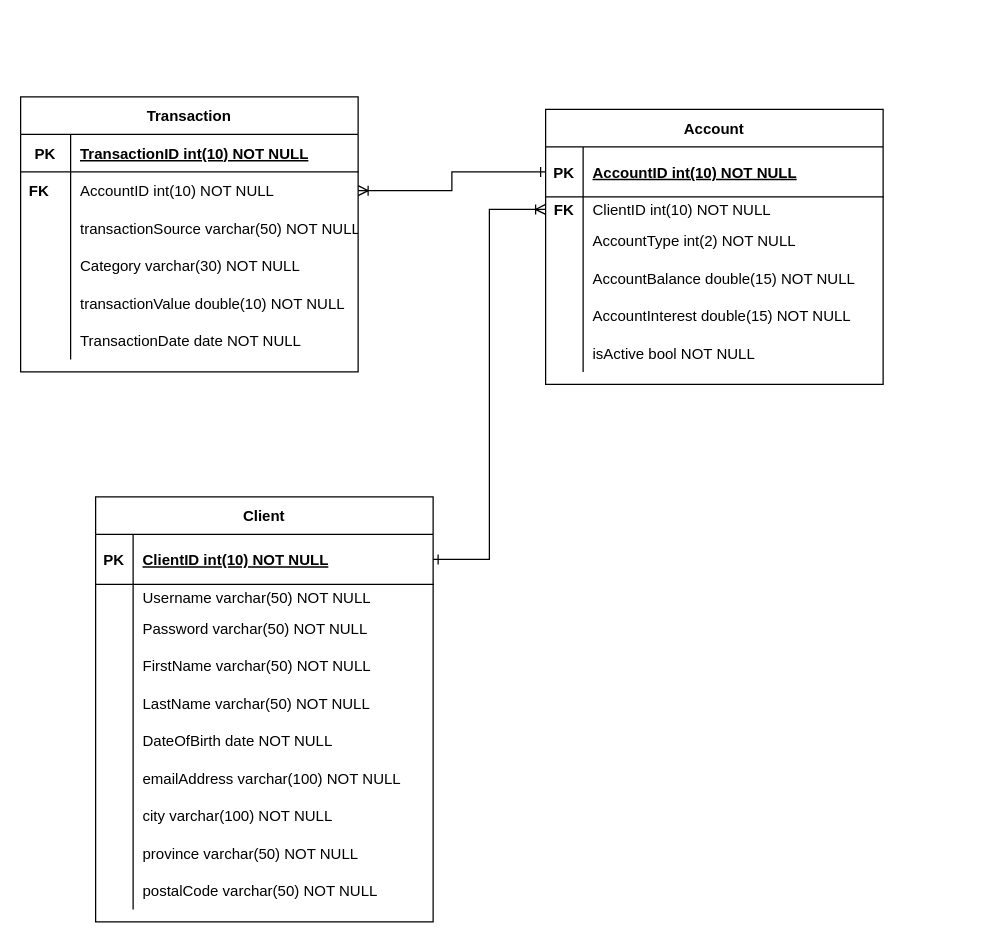
Above: Diagrams/ERD_CapstoneBank.drawio in dmoradiya/Banking-Application-and-Expenses-Tracker-with-React---C-ASP-.NET-MVC (draw.io), before the change. Source tidied: cells renumbered, new cells numbered last; positions are measured from the earlier drawing's top-left corner, leaving out a move shared by most shapes. Both pictures are drawn from the tidied source at 125%, with x=0, y=0 at pixel (20, 96).
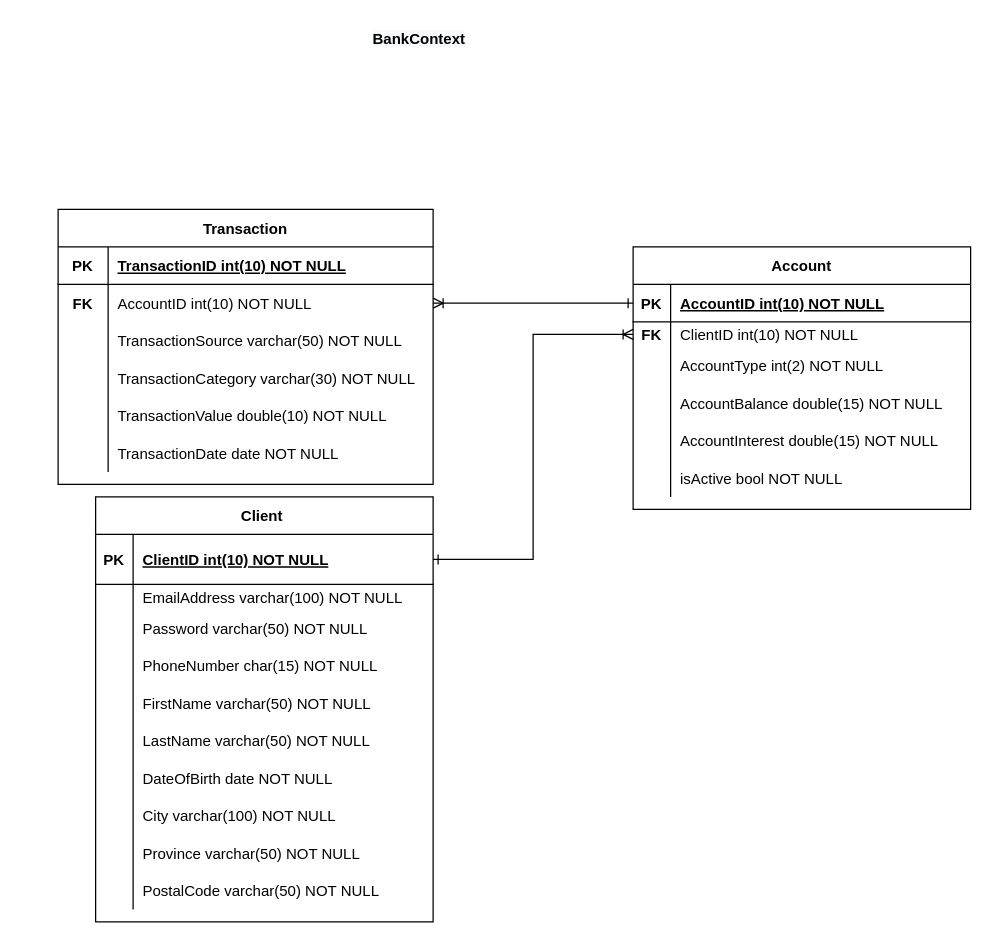
After the change.

Commit message (it also covers changes not shown here):
Updates to Page Flow Diagram and ERD;

The change refers to these unchanged cells:
```xml
<mxCell id="47" style="shape=partialRectangle;fillColor=none;top=0;left=0;right=0;bottom=0;" parent="43" vertex="1">
  <mxGeometry y="70" width="270" height="20" as="geometry" />
</mxCell>
<mxCell id="53" style="shape=partialRectangle;fillColor=none;top=0;left=0;right=0;bottom=0;" parent="43" vertex="1">
  <mxGeometry y="120" width="270" height="30" as="geometry" />
</mxCell>
<mxCell id="56" style="shape=partialRectangle;fillColor=none;top=0;left=0;right=0;bottom=0;" parent="43" vertex="1">
  <mxGeometry y="150" width="270" height="30" as="geometry" />
</mxCell>
<mxCell id="59" style="shape=partialRectangle;fillColor=none;top=0;left=0;right=0;bottom=0;" parent="43" vertex="1">
  <mxGeometry y="180" width="270" height="30" as="geometry" />
</mxCell>
<mxCell id="62" style="shape=partialRectangle;fillColor=none;top=0;left=0;right=0;bottom=0;" parent="43" vertex="1">
  <mxGeometry y="210" width="270" height="30" as="geometry" />
</mxCell>
<mxCell id="65" style="shape=partialRectangle;fillColor=none;top=0;left=0;right=0;bottom=0;" parent="43" vertex="1">
  <mxGeometry y="240" width="270" height="30" as="geometry" />
</mxCell>
<mxCell id="68" style="shape=partialRectangle;fillColor=none;top=0;left=0;right=0;bottom=0;" parent="43" vertex="1">
  <mxGeometry y="270" width="270" height="30" as="geometry" />
</mxCell>
<mxCell id="71" style="shape=partialRectangle;fillColor=none;top=0;left=0;right=0;bottom=0;" parent="43" vertex="1">
  <mxGeometry y="300" width="270" height="30" as="geometry" />
</mxCell>
```

The edit, as a diff of the source:
```diff
@@
     <mxCell id="2" value="Transaction" style="shape=table;startSize=30;childLayout=tableLayout;rowLines=0;fontStyle=1;align=center;" parent="1" vertex="1">
-      <mxGeometry width="270" height="220" as="geometry" />
+      <mxGeometry x="30" y="90" width="300" height="220" as="geometry" />
     </mxCell>
     <mxCell id="3" style="shape=partialRectangle;fillColor=none;top=0;left=0;right=0;bottom=1;" parent="2" vertex="1">
-      <mxGeometry y="30" width="270" height="30" as="geometry" />
+      <mxGeometry y="30" width="300" height="30" as="geometry" />
     </mxCell>
@@
     <mxCell id="5" value="TransactionID int(10) NOT NULL " style="shape=partialRectangle;overflow=hidden;fillColor=none;top=0;left=0;bottom=0;right=0;align=left;spacingLeft=6;fontStyle=5;" parent="3" vertex="1">
-      <mxGeometry x="40" width="230" height="30" as="geometry" />
+      <mxGeometry x="40" width="260" height="30" as="geometry" />
     </mxCell>
     <mxCell id="6" style="shape=partialRectangle;fillColor=none;points=[[0,0.5],[1,0.5]];portConstraint=eastwest;top=0;left=0;right=0;bottom=0;" parent="2" vertex="1">
-      <mxGeometry y="60" width="270" height="30" as="geometry" />
+      <mxGeometry y="60" width="300" height="30" as="geometry" />
     </mxCell>
@@
     <mxCell id="8" value="AccountID int(10) NOT NULL" style="shape=partialRectangle;overflow=hidden;fillColor=none;top=0;left=0;bottom=0;right=0;align=left;spacingLeft=6;" parent="6" vertex="1">
-      <mxGeometry x="40" width="230" height="30" as="geometry" />
+      <mxGeometry x="40" width="260" height="30" as="geometry" />
     </mxCell>
     <mxCell id="9" style="shape=partialRectangle;fillColor=none;top=0;left=0;right=0;bottom=0;" parent="2" vertex="1">
-      <mxGeometry y="90" width="270" height="30" as="geometry" />
+      <mxGeometry y="90" width="300" height="30" as="geometry" />
     </mxCell>
@@
-    <mxCell id="11" value="transactionSource varchar(50) NOT NULL" style="shape=partialRectangle;overflow=hidden;fillColor=none;top=0;left=0;bottom=0;right=0;align=left;spacingLeft=6;" parent="9" vertex="1">
-      <mxGeometry x="40" width="230" height="30" as="geometry" />
+    <mxCell id="11" value="TransactionSource varchar(50) NOT NULL" style="shape=partialRectangle;overflow=hidden;fillColor=none;top=0;left=0;bottom=0;right=0;align=left;spacingLeft=6;" parent="9" vertex="1">
+      <mxGeometry x="40" width="260" height="30" as="geometry" />
     </mxCell>
     <mxCell id="12" style="shape=partialRectangle;fillColor=none;top=0;left=0;right=0;bottom=0;" parent="2" vertex="1">
-      <mxGeometry y="120" width="270" height="30" as="geometry" />
+      <mxGeometry y="120" width="300" height="30" as="geometry" />
     </mxCell>
@@
-    <mxCell id="14" value="Category varchar(30) NOT NULL" style="shape=partialRectangle;overflow=hidden;fillColor=none;top=0;left=0;bottom=0;right=0;align=left;spacingLeft=6;" parent="12" vertex="1">
-      <mxGeometry x="40" width="230" height="30" as="geometry" />
+    <mxCell id="14" value="TransactionCategory varchar(30) NOT NULL" style="shape=partialRectangle;overflow=hidden;fillColor=none;top=0;left=0;bottom=0;right=0;align=left;spacingLeft=6;" parent="12" vertex="1">
+      <mxGeometry x="40" width="260" height="30" as="geometry" />
     </mxCell>
     <mxCell id="15" style="shape=partialRectangle;fillColor=none;top=0;left=0;right=0;bottom=0;" parent="2" vertex="1">
-      <mxGeometry y="150" width="270" height="30" as="geometry" />
+      <mxGeometry y="150" width="300" height="30" as="geometry" />
     </mxCell>
@@
-    <mxCell id="17" value="transactionValue double(10) NOT NULL" style="shape=partialRectangle;overflow=hidden;fillColor=none;top=0;left=0;bottom=0;right=0;align=left;spacingLeft=6;" parent="15" vertex="1">
-      <mxGeometry x="40" width="230" height="30" as="geometry" />
+    <mxCell id="17" value="TransactionValue double(10) NOT NULL" style="shape=partialRectangle;overflow=hidden;fillColor=none;top=0;left=0;bottom=0;right=0;align=left;spacingLeft=6;" parent="15" vertex="1">
+      <mxGeometry x="40" width="260" height="30" as="geometry" />
     </mxCell>
     <mxCell id="18" style="shape=partialRectangle;fillColor=none;top=0;left=0;right=0;bottom=0;" parent="2" vertex="1">
-      <mxGeometry y="180" width="270" height="30" as="geometry" />
+      <mxGeometry y="180" width="300" height="30" as="geometry" />
     </mxCell>
@@
     <mxCell id="20" value="TransactionDate date NOT NULL" style="shape=partialRectangle;overflow=hidden;fillColor=none;top=0;left=0;bottom=0;right=0;align=left;spacingLeft=6;" parent="18" vertex="1">
-      <mxGeometry x="40" width="230" height="30" as="geometry" />
+      <mxGeometry x="40" width="260" height="30" as="geometry" />
     </mxCell>
     <mxCell id="21" value="Account" style="shape=table;startSize=30;childLayout=tableLayout;rowLines=0;fontStyle=1;align=center;" parent="1" vertex="1">
-      <mxGeometry x="420" y="10" width="270" height="220" as="geometry" />
+      <mxGeometry x="490" y="120" width="270" height="210" as="geometry" />
     </mxCell>
     <mxCell id="22" style="shape=partialRectangle;fillColor=none;points=[[0,0.5],[1,0.5]];portConstraint=eastwest;top=0;left=0;right=0;bottom=1;" parent="21" vertex="1">
-      <mxGeometry y="30" width="270" height="40" as="geometry" />
+      <mxGeometry y="30" width="270" height="30" as="geometry" />
     </mxCell>
     <mxCell id="23" value="PK" style="shape=partialRectangle;overflow=hidden;fillColor=none;top=0;left=0;bottom=0;right=0;fontStyle=1;" parent="22" vertex="1">
-      <mxGeometry width="30" height="40" as="geometry" />
+      <mxGeometry width="30" height="30" as="geometry" />
     </mxCell>
     <mxCell id="24" value="AccountID int(10) NOT NULL " style="shape=partialRectangle;overflow=hidden;fillColor=none;top=0;left=0;bottom=0;right=0;align=left;spacingLeft=6;fontStyle=5;" parent="22" vertex="1">
-      <mxGeometry x="30" width="240" height="40" as="geometry" />
+      <mxGeometry x="30" width="240" height="30" as="geometry" />
     </mxCell>
     <mxCell id="25" style="shape=partialRectangle;fillColor=none;points=[[0,0.5],[1,0.5]];portConstraint=eastwest;top=0;left=0;right=0;bottom=0;" parent="21" vertex="1">
-      <mxGeometry y="70" width="270" height="20" as="geometry" />
+      <mxGeometry y="60" width="270" height="20" as="geometry" />
     </mxCell>
@@
     <mxCell id="28" style="shape=partialRectangle;fillColor=none;top=0;left=0;right=0;bottom=0;" parent="21" vertex="1">
-      <mxGeometry y="90" width="270" height="30" as="geometry" />
+      <mxGeometry y="80" width="270" height="30" as="geometry" />
     </mxCell>
@@
     <mxCell id="31" style="shape=partialRectangle;fillColor=none;top=0;left=0;right=0;bottom=0;" parent="21" vertex="1">
-      <mxGeometry y="120" width="270" height="30" as="geometry" />
+      <mxGeometry y="110" width="270" height="30" as="geometry" />
     </mxCell>
@@
     <mxCell id="34" style="shape=partialRectangle;fillColor=none;top=0;left=0;right=0;bottom=0;" parent="21" vertex="1">
-      <mxGeometry y="150" width="270" height="30" as="geometry" />
+      <mxGeometry y="140" width="270" height="30" as="geometry" />
     </mxCell>
@@
     <mxCell id="37" style="shape=partialRectangle;fillColor=none;top=0;left=0;right=0;bottom=0;" parent="21" vertex="1">
-      <mxGeometry y="180" width="270" height="30" as="geometry" />
+      <mxGeometry y="170" width="270" height="30" as="geometry" />
     </mxCell>
@@
     <mxCell id="40" value="FK" style="shape=partialRectangle;overflow=hidden;fillColor=none;top=0;left=0;bottom=0;right=0;fontStyle=1;" parent="1" vertex="1">
-      <mxGeometry y="60" width="30" height="30" as="geometry" />
+      <mxGeometry x="30" y="150" width="40" height="30" as="geometry" />
     </mxCell>
@@
-    <mxCell id="43" value="Client" style="shape=table;startSize=30;childLayout=tableLayout;rowLines=0;fontStyle=1;align=center;" parent="1" vertex="1">
+    <mxCell id="43" value="Client " style="shape=table;startSize=30;childLayout=tableLayout;rowLines=0;fontStyle=1;align=center;" parent="1" vertex="1">
       <mxGeometry x="60" y="320" width="270" height="340" as="geometry" />
     </mxCell>
@@
-    <mxCell id="49" value="Username varchar(50) NOT NULL" style="shape=partialRectangle;overflow=hidden;fillColor=none;top=0;left=0;bottom=0;right=0;align=left;spacingLeft=6;" parent="47" vertex="1">
+    <mxCell id="49" value="EmailAddress varchar(100) NOT NULL" style="shape=partialRectangle;overflow=hidden;fillColor=none;top=0;left=0;bottom=0;right=0;align=left;spacingLeft=6;" parent="47" vertex="1">
       <mxGeometry x="30" width="240" height="20" as="geometry" />
     </mxCell>
@@
-    <mxCell id="55" value="FirstName varchar(50) NOT NULL" style="shape=partialRectangle;overflow=hidden;fillColor=none;top=0;left=0;bottom=0;right=0;align=left;spacingLeft=6;" parent="53" vertex="1">
+    <mxCell id="55" value="PhoneNumber char(15) NOT NULL" style="shape=partialRectangle;overflow=hidden;fillColor=none;top=0;left=0;bottom=0;right=0;align=left;spacingLeft=6;" parent="53" vertex="1">
       <mxGeometry x="30" width="240" height="30" as="geometry" />
     </mxCell>
@@
-    <mxCell id="58" value="LastName varchar(50) NOT NULL" style="shape=partialRectangle;overflow=hidden;fillColor=none;top=0;left=0;bottom=0;right=0;align=left;spacingLeft=6;" parent="56" vertex="1">
+    <mxCell id="58" value="FirstName varchar(50) NOT NULL" style="shape=partialRectangle;overflow=hidden;fillColor=none;top=0;left=0;bottom=0;right=0;align=left;spacingLeft=6;" parent="56" vertex="1">
       <mxGeometry x="30" width="240" height="30" as="geometry" />
     </mxCell>
@@
-    <mxCell id="61" value="DateOfBirth date NOT NULL" style="shape=partialRectangle;overflow=hidden;fillColor=none;top=0;left=0;bottom=0;right=0;align=left;spacingLeft=6;" parent="59" vertex="1">
+    <mxCell id="61" value="LastName varchar(50) NOT NULL" style="shape=partialRectangle;overflow=hidden;fillColor=none;top=0;left=0;bottom=0;right=0;align=left;spacingLeft=6;" parent="59" vertex="1">
       <mxGeometry x="30" width="240" height="30" as="geometry" />
     </mxCell>
@@
-    <mxCell id="64" value="emailAddress varchar(100) NOT NULL" style="shape=partialRectangle;overflow=hidden;fillColor=none;top=0;left=0;bottom=0;right=0;align=left;spacingLeft=6;" parent="62" vertex="1">
+    <mxCell id="64" value="DateOfBirth date NOT NULL" style="shape=partialRectangle;overflow=hidden;fillColor=none;top=0;left=0;bottom=0;right=0;align=left;spacingLeft=6;" parent="62" vertex="1">
       <mxGeometry x="30" width="240" height="30" as="geometry" />
     </mxCell>
@@
-    <mxCell id="67" value="city varchar(100) NOT NULL" style="shape=partialRectangle;overflow=hidden;fillColor=none;top=0;left=0;bottom=0;right=0;align=left;spacingLeft=6;" parent="65" vertex="1">
+    <mxCell id="67" value="City varchar(100) NOT NULL" style="shape=partialRectangle;overflow=hidden;fillColor=none;top=0;left=0;bottom=0;right=0;align=left;spacingLeft=6;" parent="65" vertex="1">
       <mxGeometry x="30" width="240" height="30" as="geometry" />
     </mxCell>
@@
-    <mxCell id="70" value="province varchar(50) NOT NULL" style="shape=partialRectangle;overflow=hidden;fillColor=none;top=0;left=0;bottom=0;right=0;align=left;spacingLeft=6;" parent="68" vertex="1">
+    <mxCell id="70" value="Province varchar(50) NOT NULL" style="shape=partialRectangle;overflow=hidden;fillColor=none;top=0;left=0;bottom=0;right=0;align=left;spacingLeft=6;" parent="68" vertex="1">
       <mxGeometry x="30" width="240" height="30" as="geometry" />
     </mxCell>
@@
-    <mxCell id="73" value="postalCode varchar(50) NOT NULL" style="shape=partialRectangle;overflow=hidden;fillColor=none;top=0;left=0;bottom=0;right=0;align=left;spacingLeft=6;" parent="71" vertex="1">
+    <mxCell id="73" value="PostalCode varchar(50) NOT NULL" style="shape=partialRectangle;overflow=hidden;fillColor=none;top=0;left=0;bottom=0;right=0;align=left;spacingLeft=6;" parent="71" vertex="1">
       <mxGeometry x="30" width="240" height="30" as="geometry" />
     </mxCell>
     <mxCell id="74" value="FK" style="shape=partialRectangle;overflow=hidden;fillColor=none;top=0;left=0;bottom=0;right=0;fontStyle=1;" parent="1" vertex="1">
-      <mxGeometry x="420" y="70" width="30" height="40" as="geometry" />
+      <mxGeometry x="490" y="180" width="30" height="20" as="geometry" />
     </mxCell>
+    <mxCell id="75" value="&lt;span style=&quot;color: rgb(0 , 0 , 0) ; font-family: &amp;#34;helvetica&amp;#34; ; font-size: 12px ; font-style: normal ; font-weight: 700 ; letter-spacing: normal ; text-align: center ; text-indent: 0px ; text-transform: none ; word-spacing: 0px ; background-color: rgb(248 , 249 , 250) ; display: inline ; float: none&quot;&gt;BankContext&lt;/span&gt;" style="text;whiteSpace=wrap;html=1;" parent="1" vertex="1">
+      <mxGeometry x="280" y="-60" width="90" height="30" as="geometry" />
+    </mxCell>
```
